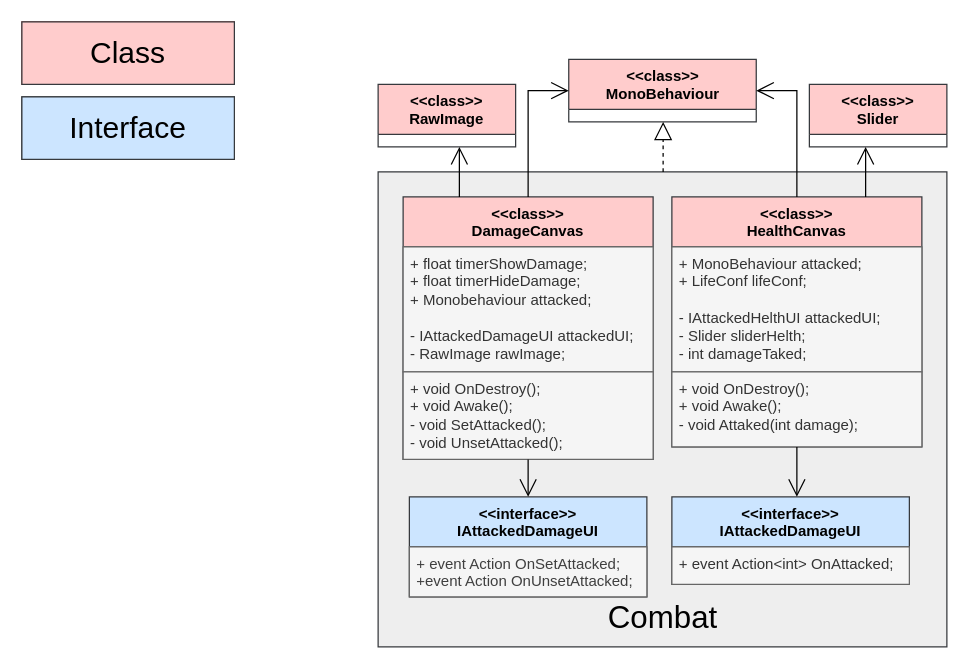
Earlier version of the draw.io diagram doc/Class_Diagram_UI.drawio (OGecgo/TheCatCult). Source tidied: cells renumbered, new cells numbered last; positions are measured from the earlier drawing's top-left corner, leaving out a move shared by most shapes. Both pictures are drawn from the tidied source at 125%, with x=0, y=0 at pixel (21, 21).
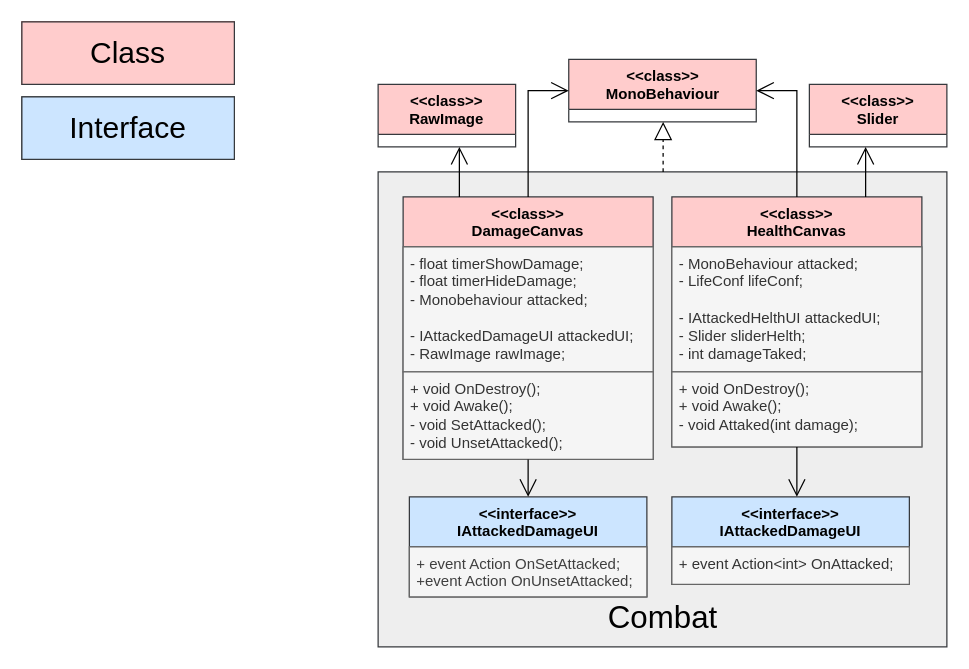
After the change.

The change refers to these unchanged cells:
```xml
<mxCell id="3" value="&lt;div&gt;&amp;lt;&amp;lt;class&amp;gt;&amp;gt;&lt;/div&gt;&lt;div&gt;DamageCanvas&lt;/div&gt;" style="swimlane;fontStyle=1;align=center;verticalAlign=top;horizontal=1;startSize=40;whiteSpace=wrap;html=1;fillColor=#ffcccc;strokeColor=#36393d;" parent="1" vertex="1">
  <mxGeometry x="305" y="140" width="200" height="210" as="geometry" />
</mxCell>
<mxCell id="20" value="&lt;div&gt;&amp;lt;&amp;lt;class&amp;gt;&amp;gt;&lt;/div&gt;&lt;div&gt;HealthCanvas&lt;/div&gt;" style="swimlane;fontStyle=1;align=center;verticalAlign=top;horizontal=1;startSize=40;whiteSpace=wrap;html=1;fillColor=#ffcccc;strokeColor=#36393d;" parent="1" vertex="1">
  <mxGeometry x="520" y="140" width="200" height="200" as="geometry" />
</mxCell>
```

Change to the diagram source:
```diff
@@
-    <mxCell id="4" value="&lt;div&gt;&lt;div&gt;+ float timerShowDamage;&lt;/div&gt;&lt;/div&gt;&lt;div&gt;+ float timerHideDamage;&lt;/div&gt;&lt;div&gt;+ Monobehaviour attacked;&lt;/div&gt;&lt;div&gt;&lt;br&gt;&lt;/div&gt;&lt;div&gt;- IAttackedDamageUI attackedUI;&lt;/div&gt;&lt;div&gt;- RawImage rawImage;&lt;/div&gt;" style="text;align=left;verticalAlign=top;spacingLeft=4;spacingRight=4;overflow=hidden;whiteSpace=wrap;html=1;fillColor=#f5f5f5;fontColor=#333333;strokeColor=#666666;" parent="3" vertex="1">
+    <mxCell id="4" value="&lt;div&gt;&lt;div&gt;- float timerShowDamage;&lt;/div&gt;&lt;/div&gt;&lt;div&gt;- float timerHideDamage;&lt;/div&gt;&lt;div&gt;- Monobehaviour attacked;&lt;/div&gt;&lt;div&gt;&lt;br&gt;&lt;/div&gt;&lt;div&gt;- IAttackedDamageUI attackedUI;&lt;/div&gt;&lt;div&gt;- RawImage rawImage;&lt;/div&gt;" style="text;align=left;verticalAlign=top;spacingLeft=4;spacingRight=4;overflow=hidden;whiteSpace=wrap;html=1;fillColor=#f5f5f5;fontColor=#333333;strokeColor=#666666;" parent="3" vertex="1">
       <mxGeometry y="40" width="200" height="100" as="geometry" />
     </mxCell>
@@
-    <mxCell id="21" value="+ MonoBehaviour attacked;&lt;div&gt;+&amp;nbsp;LifeConf lifeConf;&lt;/div&gt;&lt;div&gt;&lt;br&gt;&lt;/div&gt;&lt;div&gt;&lt;div&gt;- IAttackedHelthUI attackedUI;&lt;/div&gt;&lt;div&gt;- Slider sliderHelth;&lt;/div&gt;&lt;div&gt;- int damageTaked;&lt;/div&gt;&lt;/div&gt;" style="text;align=left;verticalAlign=top;spacingLeft=4;spacingRight=4;overflow=hidden;whiteSpace=wrap;html=1;fillColor=#f5f5f5;fontColor=#333333;strokeColor=#666666;" parent="20" vertex="1">
+    <mxCell id="21" value="- MonoBehaviour attacked;&lt;div&gt;- LifeConf lifeConf;&lt;/div&gt;&lt;div&gt;&lt;br&gt;&lt;/div&gt;&lt;div&gt;&lt;div&gt;- IAttackedHelthUI attackedUI;&lt;/div&gt;&lt;div&gt;- Slider sliderHelth;&lt;/div&gt;&lt;div&gt;- int damageTaked;&lt;/div&gt;&lt;/div&gt;" style="text;align=left;verticalAlign=top;spacingLeft=4;spacingRight=4;overflow=hidden;whiteSpace=wrap;html=1;fillColor=#f5f5f5;fontColor=#333333;strokeColor=#666666;" parent="20" vertex="1">
       <mxGeometry y="40" width="200" height="100" as="geometry" />
     </mxCell>
```
